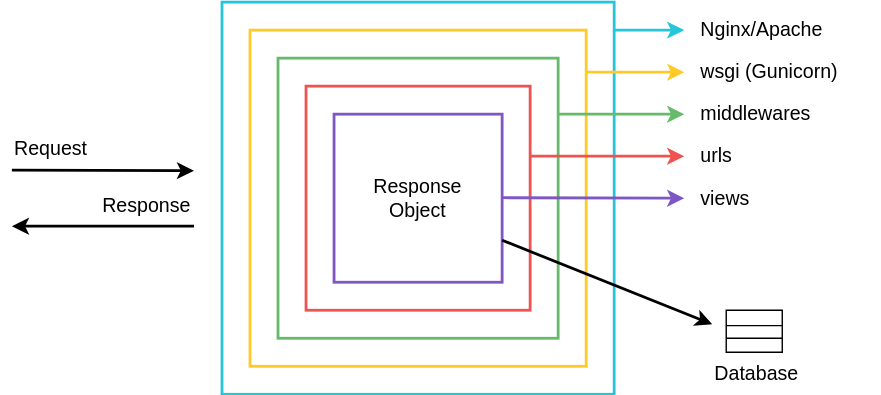
Before: django-request-response.drawio.svg, a diagram exported from draw.io (Shadient/Diagrams). Source tidied: cells renumbered, new cells last; positions are measured from the earlier drawing's top-left corner, leaving out a move shared by most shapes.
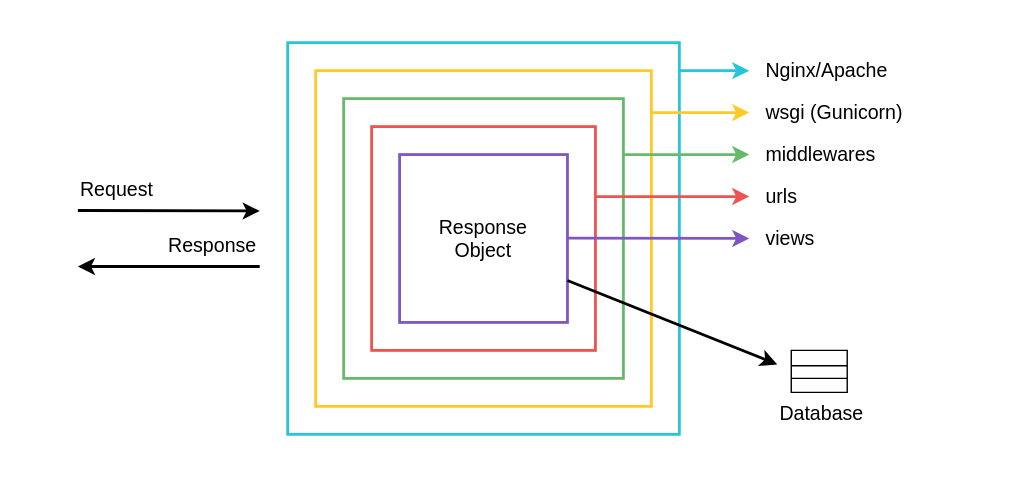
Above is the later version.

Diff of the diagram source:
```diff
@@ -113,5 +113,8 @@
     <mxCell id="30" value="Database" style="text;html=1;strokeColor=none;fillColor=none;align=left;verticalAlign=middle;whiteSpace=wrap;rounded=0;fontSize=14;" parent="1" vertex="1">
       <mxGeometry x="500" y="250" width="120" height="30" as="geometry" />
     </mxCell>
+    <mxCell id="31" style="rounded=0;whiteSpace=wrap;html=1;fillColor=none;strokeColor=none;" parent="1" vertex="1">
+      <mxGeometry x="-55" y="-30" width="730" height="340" as="geometry" />
+    </mxCell>
   </root>
 </mxGraphModel>
```
